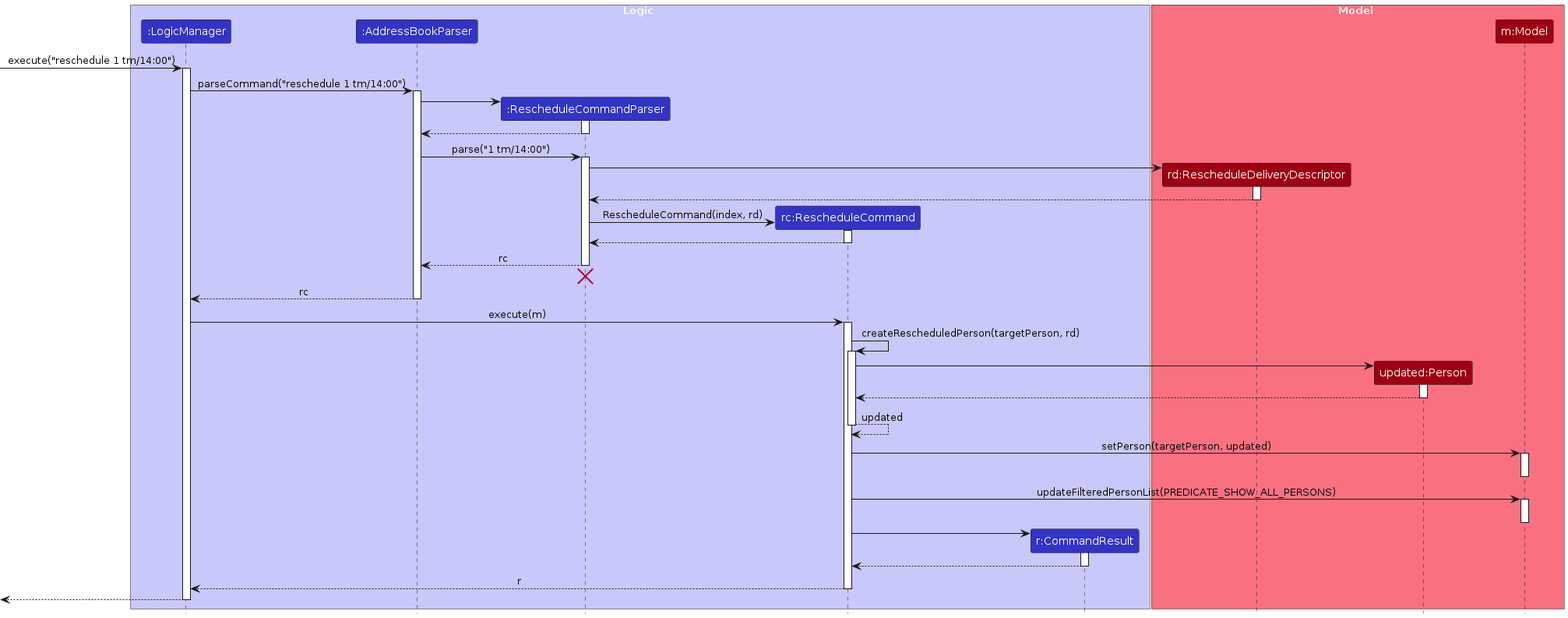
Above: diagrams/RescheduleSequenceDiagram.png in AY2526S2-CS2103T-W14-2/tp (PlantUML), before the change. Its source is kept beside it as diagrams/RescheduleSequenceDiagram.puml.
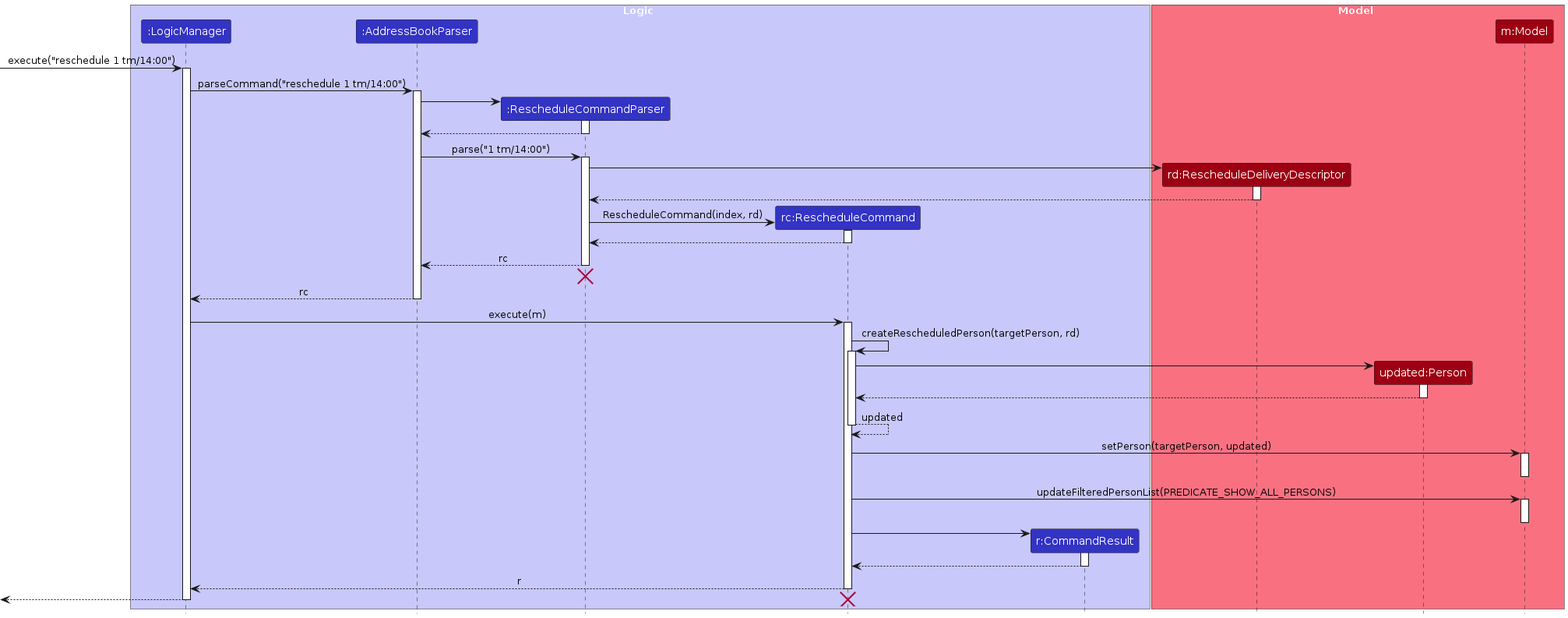
The same diagram one commit later.

The edit, as a diff of the source:
```diff
@@ -88,6 +88,8 @@
 RescheduleCommand --> LogicManager : r
 deactivate RescheduleCommand
 
+
 [<--LogicManager
 deactivate LogicManager
+destroy RescheduleCommand
 @enduml
```
